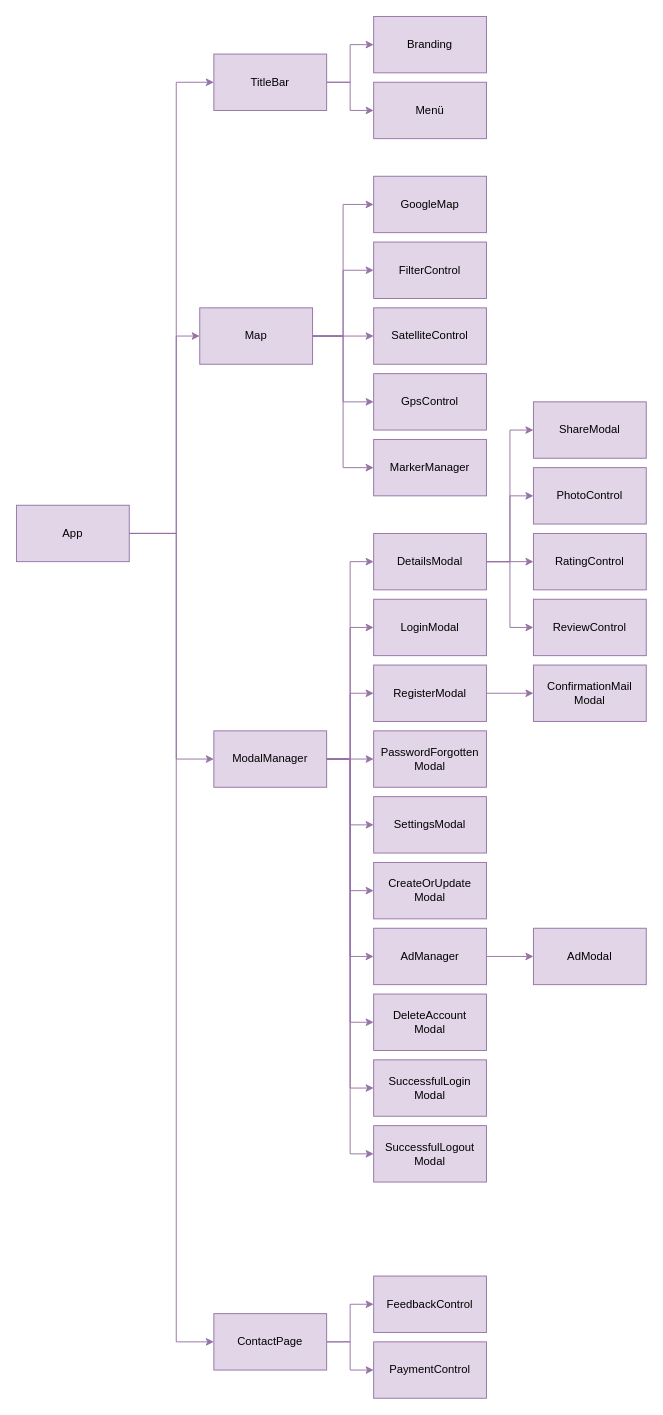
This is page "front-end" (6 of 6) of _images/architecture.drawio from gartenkralle/geolocation-services-doc, a draw.io file, before an edit. Source tidied: cells renumbered, new cells numbered last; positions are measured from the earlier drawing's top-left corner, leaving out a move shared by most shapes. Both pictures are drawn from the tidied source at 94%, with x=0, y=0 at pixel (16, 16).
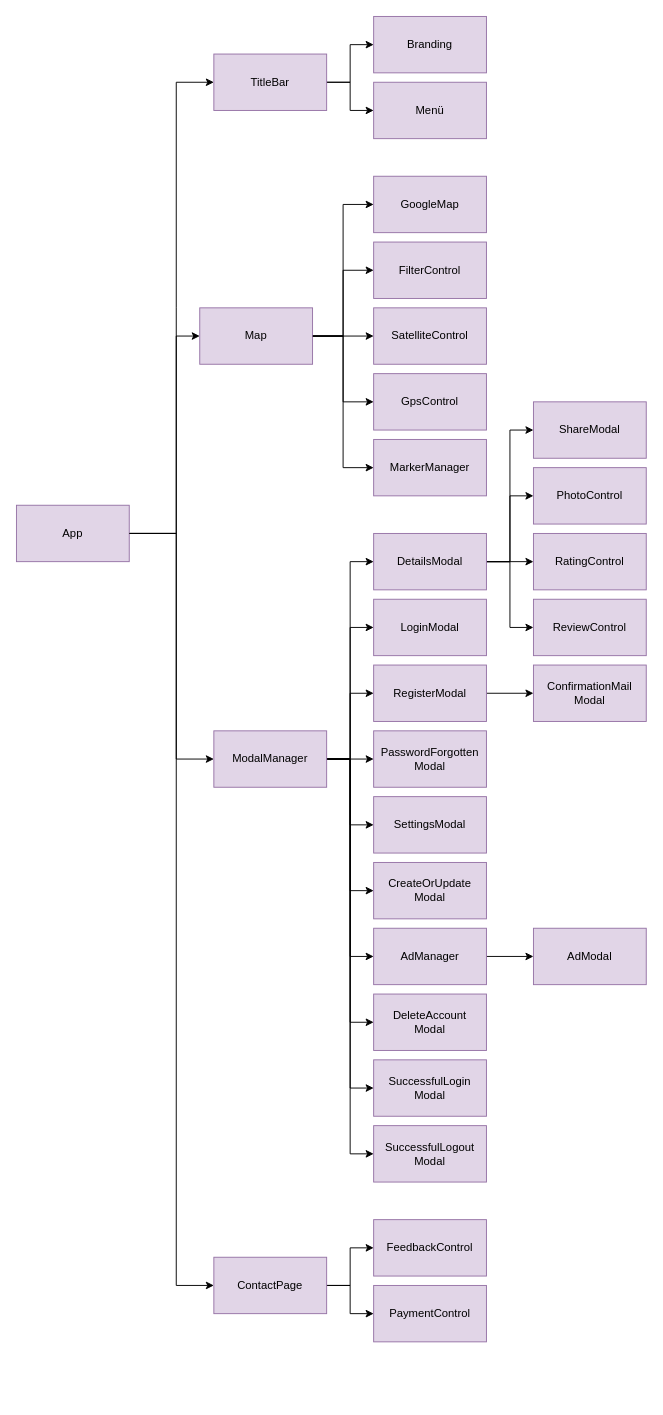
The same diagram, later.

Commit message (it also covers changes not shown here):
update front end diagram

Unchanged cells that the change refers to:
```xml
<mxCell id="5" value="App" style="rounded=0;whiteSpace=wrap;html=1;fillColor=#e1d5e7;strokeColor=#9673a6;" parent="1" vertex="1">
<mxCell id="6" value="Menü" style="rounded=0;whiteSpace=wrap;html=1;fillColor=#e1d5e7;strokeColor=#9673a6;" parent="1" vertex="1">
<mxCell id="11" value="Map" style="rounded=0;whiteSpace=wrap;html=1;fillColor=#e1d5e7;strokeColor=#9673a6;" parent="1" vertex="1">
<mxCell id="22" value="ModalManager" style="rounded=0;whiteSpace=wrap;html=1;fillColor=#e1d5e7;strokeColor=#9673a6;" parent="1" vertex="1">
<mxCell id="23" value="LoginModal" style="rounded=0;whiteSpace=wrap;html=1;fillColor=#e1d5e7;strokeColor=#9673a6;" parent="1" vertex="1">
<mxCell id="25" value="RegisterModal" style="rounded=0;whiteSpace=wrap;html=1;fillColor=#e1d5e7;strokeColor=#9673a6;" parent="1" vertex="1">
<mxCell id="26" value="PasswordForgotten&lt;div&gt;Modal&lt;/div&gt;" style="rounded=0;whiteSpace=wrap;html=1;fillColor=#e1d5e7;strokeColor=#9673a6;" parent="1" vertex="1">
<mxCell id="27" value="GoogleMap" style="rounded=0;whiteSpace=wrap;html=1;fillColor=#e1d5e7;strokeColor=#9673a6;" parent="1" vertex="1">
<mxCell id="28" value="FilterControl" style="rounded=0;whiteSpace=wrap;html=1;fillColor=#e1d5e7;strokeColor=#9673a6;" parent="1" vertex="1">
<mxCell id="29" value="SatelliteControl" style="rounded=0;whiteSpace=wrap;html=1;fillColor=#e1d5e7;strokeColor=#9673a6;" parent="1" vertex="1">
<mxCell id="30" value="GpsControl" style="rounded=0;whiteSpace=wrap;html=1;fillColor=#e1d5e7;strokeColor=#9673a6;" parent="1" vertex="1">
<mxCell id="31" value="SettingsModal" style="rounded=0;whiteSpace=wrap;html=1;fillColor=#e1d5e7;strokeColor=#9673a6;" parent="1" vertex="1">
<mxCell id="32" value="CreateOrUpdate&lt;div&gt;Modal&lt;/div&gt;" style="rounded=0;whiteSpace=wrap;html=1;fillColor=#e1d5e7;strokeColor=#9673a6;" parent="1" vertex="1">
<mxCell id="37" value="DetailsModal" style="rounded=0;whiteSpace=wrap;html=1;fillColor=#e1d5e7;strokeColor=#9673a6;" parent="1" vertex="1">
<mxCell id="40" value="TitleBar" style="rounded=0;whiteSpace=wrap;html=1;fillColor=#e1d5e7;strokeColor=#9673a6;" parent="1" vertex="1">
<mxCell id="41" value="Branding" style="rounded=0;whiteSpace=wrap;html=1;fillColor=#e1d5e7;strokeColor=#9673a6;" parent="1" vertex="1">
<mxCell id="44" value="AdModal" style="rounded=0;whiteSpace=wrap;html=1;fillColor=#e1d5e7;strokeColor=#9673a6;" parent="1" vertex="1">
<mxCell id="46" value="AdManager" style="rounded=0;whiteSpace=wrap;html=1;fillColor=#e1d5e7;strokeColor=#9673a6;" parent="1" vertex="1">
<mxCell id="52" value="MarkerManager" style="rounded=0;whiteSpace=wrap;html=1;fillColor=#e1d5e7;strokeColor=#9673a6;" parent="1" vertex="1">
<mxCell id="53" value="DeleteAccount&lt;div&gt;Modal&lt;/div&gt;" style="rounded=0;whiteSpace=wrap;html=1;fillColor=#e1d5e7;strokeColor=#9673a6;" parent="1" vertex="1">
<mxCell id="54" value="ShareModal" style="rounded=0;whiteSpace=wrap;html=1;flipV=1;fillColor=#e1d5e7;strokeColor=#9673a6;" parent="1" vertex="1">
<mxCell id="55" value="PhotoControl" style="rounded=0;whiteSpace=wrap;html=1;flipV=1;fillColor=#e1d5e7;strokeColor=#9673a6;" parent="1" vertex="1">
<mxCell id="56" value="ReviewControl" style="rounded=0;whiteSpace=wrap;html=1;flipV=1;fillColor=#e1d5e7;strokeColor=#9673a6;" parent="1" vertex="1">
<mxCell id="57" value="RatingControl" style="rounded=0;whiteSpace=wrap;html=1;flipV=1;fillColor=#e1d5e7;strokeColor=#9673a6;" parent="1" vertex="1">
<mxCell id="58" value="SuccessfulLogin&lt;div&gt;Modal&lt;/div&gt;" style="rounded=0;whiteSpace=wrap;html=1;fillColor=#e1d5e7;strokeColor=#9673a6;" parent="1" vertex="1">
<mxCell id="59" value="SuccessfulLogout&lt;div&gt;Modal&lt;/div&gt;" style="rounded=0;whiteSpace=wrap;html=1;fillColor=#e1d5e7;strokeColor=#9673a6;" parent="1" vertex="1">
<mxCell id="60" value="ConfirmationMail&lt;div&gt;Modal&lt;/div&gt;" style="rounded=0;whiteSpace=wrap;html=1;fillColor=#e1d5e7;strokeColor=#9673a6;" parent="1" vertex="1">
```

What changed in the source:
```diff
@@
-    <mxCell id="2" style="edgeStyle=orthogonalEdgeStyle;rounded=0;jettySize=auto;html=1;entryX=0;entryY=0.5;entryDx=0;entryDy=0;fillColor=#e1d5e7;strokeColor=#9673a6;" parent="1" edge="1" source="5" target="11">
+    <mxCell id="2" style="edgeStyle=orthogonalEdgeStyle;rounded=0;jettySize=auto;html=1;entryX=0;entryY=0.5;entryDx=0;entryDy=0;" parent="1" edge="1" source="5" target="11">
       <mxGeometry relative="1" as="geometry">
         <Array as="points">
           <mxPoint x="170" y="550" />
           <mxPoint x="170" y="340" />
         </Array>
       </mxGeometry>
     </mxCell>
-    <mxCell id="3" style="edgeStyle=orthogonalEdgeStyle;rounded=0;jettySize=auto;html=1;entryX=0;entryY=0.5;entryDx=0;entryDy=0;fillColor=#e1d5e7;strokeColor=#9673a6;" parent="1" edge="1" source="5" target="22">
+    <mxCell id="3" style="edgeStyle=orthogonalEdgeStyle;rounded=0;jettySize=auto;html=1;entryX=0;entryY=0.5;entryDx=0;entryDy=0;" parent="1" edge="1" source="5" target="22">
       <mxGeometry relative="1" as="geometry">
         <Array as="points">
           <mxPoint x="170" y="550" />
           <mxPoint x="170" y="790" />
         </Array>
       </mxGeometry>
     </mxCell>
-    <mxCell id="4" style="edgeStyle=orthogonalEdgeStyle;rounded=0;jettySize=auto;html=1;entryX=0;entryY=0.5;entryDx=0;entryDy=0;fillColor=#e1d5e7;strokeColor=#9673a6;" parent="1" edge="1" source="5" target="49">
+    <mxCell id="4" style="edgeStyle=orthogonalEdgeStyle;rounded=0;jettySize=auto;html=1;entryX=0;entryY=0.5;entryDx=0;entryDy=0;" parent="1" edge="1" source="5" target="49">
       <mxGeometry relative="1" as="geometry">
         <Array as="points">
           <mxPoint x="170" y="550" />
-          <mxPoint x="170" y="1410" />
+          <mxPoint x="170" y="1350" />
         </Array>
       </mxGeometry>
     </mxCell>
@@
-    <mxCell id="7" style="edgeStyle=orthogonalEdgeStyle;rounded=0;jettySize=auto;html=1;entryX=0;entryY=0.5;entryDx=0;entryDy=0;fillColor=#e1d5e7;strokeColor=#9673a6;" parent="1" edge="1" source="11" target="27">
+    <mxCell id="7" style="edgeStyle=orthogonalEdgeStyle;rounded=0;jettySize=auto;html=1;entryX=0;entryY=0.5;entryDx=0;entryDy=0;" parent="1" edge="1" source="11" target="27">
       <mxGeometry relative="1" as="geometry" />
     </mxCell>
-    <mxCell id="8" style="edgeStyle=orthogonalEdgeStyle;rounded=0;jettySize=auto;html=1;entryX=0;entryY=0.5;entryDx=0;entryDy=0;fillColor=#e1d5e7;strokeColor=#9673a6;" parent="1" edge="1" source="11" target="29">
+    <mxCell id="8" style="edgeStyle=orthogonalEdgeStyle;rounded=0;jettySize=auto;html=1;entryX=0;entryY=0.5;entryDx=0;entryDy=0;" parent="1" edge="1" source="11" target="29">
       <mxGeometry relative="1" as="geometry" />
     </mxCell>
-    <mxCell id="9" style="edgeStyle=orthogonalEdgeStyle;rounded=0;jettySize=auto;html=1;entryX=0;entryY=0.5;entryDx=0;entryDy=0;fillColor=#e1d5e7;strokeColor=#9673a6;" parent="1" edge="1" source="11" target="30">
+    <mxCell id="9" style="edgeStyle=orthogonalEdgeStyle;rounded=0;jettySize=auto;html=1;entryX=0;entryY=0.5;entryDx=0;entryDy=0;" parent="1" edge="1" source="11" target="30">
       <mxGeometry relative="1" as="geometry" />
     </mxCell>
-    <mxCell id="10" style="edgeStyle=orthogonalEdgeStyle;rounded=0;jettySize=auto;html=1;entryX=0;entryY=0.5;entryDx=0;entryDy=0;fillColor=#e1d5e7;strokeColor=#9673a6;" parent="1" edge="1" source="11" target="52">
+    <mxCell id="10" style="edgeStyle=orthogonalEdgeStyle;rounded=0;jettySize=auto;html=1;entryX=0;entryY=0.5;entryDx=0;entryDy=0;" parent="1" edge="1" source="11" target="52">
       <mxGeometry relative="1" as="geometry" />
     </mxCell>
@@
-    <mxCell id="12" style="edgeStyle=orthogonalEdgeStyle;rounded=0;jettySize=auto;html=1;entryX=0;entryY=0.5;entryDx=0;entryDy=0;fillColor=#e1d5e7;strokeColor=#9673a6;" parent="1" edge="1" source="22" target="37">
+    <mxCell id="12" style="edgeStyle=orthogonalEdgeStyle;rounded=0;jettySize=auto;html=1;entryX=0;entryY=0.5;entryDx=0;entryDy=0;" parent="1" edge="1" source="22" target="37">
       <mxGeometry relative="1" as="geometry" />
     </mxCell>
-    <mxCell id="13" style="edgeStyle=orthogonalEdgeStyle;rounded=0;jettySize=auto;html=1;entryX=0;entryY=0.5;entryDx=0;entryDy=0;fillColor=#e1d5e7;strokeColor=#9673a6;" parent="1" edge="1" source="22" target="23">
+    <mxCell id="13" style="edgeStyle=orthogonalEdgeStyle;rounded=0;jettySize=auto;html=1;entryX=0;entryY=0.5;entryDx=0;entryDy=0;" parent="1" edge="1" source="22" target="23">
       <mxGeometry relative="1" as="geometry" />
     </mxCell>
-    <mxCell id="14" style="edgeStyle=orthogonalEdgeStyle;rounded=0;jettySize=auto;html=1;entryX=0;entryY=0.5;entryDx=0;entryDy=0;fillColor=#e1d5e7;strokeColor=#9673a6;" parent="1" edge="1" source="22" target="25">
+    <mxCell id="14" style="edgeStyle=orthogonalEdgeStyle;rounded=0;jettySize=auto;html=1;entryX=0;entryY=0.5;entryDx=0;entryDy=0;" parent="1" edge="1" source="22" target="25">
       <mxGeometry relative="1" as="geometry" />
     </mxCell>
-    <mxCell id="15" style="edgeStyle=orthogonalEdgeStyle;rounded=0;jettySize=auto;html=1;entryX=0;entryY=0.5;entryDx=0;entryDy=0;fillColor=#e1d5e7;strokeColor=#9673a6;" parent="1" edge="1" source="22" target="26">
+    <mxCell id="15" style="edgeStyle=orthogonalEdgeStyle;rounded=0;jettySize=auto;html=1;entryX=0;entryY=0.5;entryDx=0;entryDy=0;" parent="1" edge="1" source="22" target="26">
       <mxGeometry relative="1" as="geometry" />
     </mxCell>
-    <mxCell id="16" style="edgeStyle=orthogonalEdgeStyle;rounded=0;jettySize=auto;html=1;entryX=0;entryY=0.5;entryDx=0;entryDy=0;fillColor=#e1d5e7;strokeColor=#9673a6;" parent="1" edge="1" source="22" target="31">
+    <mxCell id="16" style="edgeStyle=orthogonalEdgeStyle;rounded=0;jettySize=auto;html=1;entryX=0;entryY=0.5;entryDx=0;entryDy=0;" parent="1" edge="1" source="22" target="31">
       <mxGeometry relative="1" as="geometry" />
     </mxCell>
-    <mxCell id="17" style="edgeStyle=orthogonalEdgeStyle;rounded=0;jettySize=auto;html=1;entryX=0;entryY=0.5;entryDx=0;entryDy=0;fillColor=#e1d5e7;strokeColor=#9673a6;" parent="1" edge="1" source="22" target="32">
+    <mxCell id="17" style="edgeStyle=orthogonalEdgeStyle;rounded=0;jettySize=auto;html=1;entryX=0;entryY=0.5;entryDx=0;entryDy=0;" parent="1" edge="1" source="22" target="32">
       <mxGeometry relative="1" as="geometry" />
     </mxCell>
-    <mxCell id="18" style="edgeStyle=orthogonalEdgeStyle;rounded=0;jettySize=auto;html=1;entryX=0;entryY=0.5;entryDx=0;entryDy=0;fillColor=#e1d5e7;strokeColor=#9673a6;" parent="1" edge="1" source="22" target="46">
+    <mxCell id="18" style="edgeStyle=orthogonalEdgeStyle;rounded=0;jettySize=auto;html=1;entryX=0;entryY=0.5;entryDx=0;entryDy=0;" parent="1" edge="1" source="22" target="46">
       <mxGeometry relative="1" as="geometry" />
     </mxCell>
-    <mxCell id="19" style="edgeStyle=orthogonalEdgeStyle;rounded=0;jettySize=auto;html=1;entryX=0;entryY=0.5;entryDx=0;entryDy=0;fillColor=#e1d5e7;strokeColor=#9673a6;" parent="1" edge="1" source="22" target="53">
+    <mxCell id="19" style="edgeStyle=orthogonalEdgeStyle;rounded=0;jettySize=auto;html=1;entryX=0;entryY=0.5;entryDx=0;entryDy=0;" parent="1" edge="1" source="22" target="53">
       <mxGeometry relative="1" as="geometry" />
     </mxCell>
-    <mxCell id="20" style="edgeStyle=orthogonalEdgeStyle;rounded=0;jettySize=auto;html=1;entryX=0;entryY=0.5;entryDx=0;entryDy=0;fillColor=#e1d5e7;strokeColor=#9673a6;" parent="1" edge="1" source="22" target="58">
+    <mxCell id="20" style="edgeStyle=orthogonalEdgeStyle;rounded=0;jettySize=auto;html=1;entryX=0;entryY=0.5;entryDx=0;entryDy=0;" parent="1" edge="1" source="22" target="58">
       <mxGeometry relative="1" as="geometry" />
     </mxCell>
-    <mxCell id="21" style="edgeStyle=orthogonalEdgeStyle;rounded=0;jettySize=auto;html=1;entryX=0;entryY=0.5;entryDx=0;entryDy=0;fillColor=#e1d5e7;strokeColor=#9673a6;" parent="1" edge="1" source="22" target="59">
+    <mxCell id="21" style="edgeStyle=orthogonalEdgeStyle;rounded=0;jettySize=auto;html=1;entryX=0;entryY=0.5;entryDx=0;entryDy=0;" parent="1" edge="1" source="22" target="59">
       <mxGeometry relative="1" as="geometry" />
     </mxCell>
@@
-    <mxCell id="24" style="edgeStyle=orthogonalEdgeStyle;rounded=0;jettySize=auto;html=1;entryX=0;entryY=0.5;entryDx=0;entryDy=0;fillColor=#e1d5e7;strokeColor=#9673a6;" parent="1" edge="1" source="25" target="60">
+    <mxCell id="24" style="edgeStyle=orthogonalEdgeStyle;rounded=0;jettySize=auto;html=1;entryX=0;entryY=0.5;entryDx=0;entryDy=0;" parent="1" edge="1" source="25" target="60">
       <mxGeometry relative="1" as="geometry" />
     </mxCell>
@@
-    <mxCell id="33" style="edgeStyle=orthogonalEdgeStyle;rounded=0;jettySize=auto;html=1;entryX=0;entryY=0.5;entryDx=0;entryDy=0;fillColor=#e1d5e7;strokeColor=#9673a6;" parent="1" edge="1" source="37" target="54">
+    <mxCell id="33" style="edgeStyle=orthogonalEdgeStyle;rounded=0;jettySize=auto;html=1;entryX=0;entryY=0.5;entryDx=0;entryDy=0;" parent="1" edge="1" source="37" target="54">
       <mxGeometry relative="1" as="geometry" />
     </mxCell>
-    <mxCell id="34" style="edgeStyle=orthogonalEdgeStyle;rounded=0;jettySize=auto;html=1;entryX=0;entryY=0.5;entryDx=0;entryDy=0;fillColor=#e1d5e7;strokeColor=#9673a6;" parent="1" edge="1" source="37" target="55">
+    <mxCell id="34" style="edgeStyle=orthogonalEdgeStyle;rounded=0;jettySize=auto;html=1;entryX=0;entryY=0.5;entryDx=0;entryDy=0;" parent="1" edge="1" source="37" target="55">
       <mxGeometry relative="1" as="geometry" />
     </mxCell>
-    <mxCell id="35" style="edgeStyle=orthogonalEdgeStyle;rounded=0;jettySize=auto;html=1;entryX=0;entryY=0.5;entryDx=0;entryDy=0;fillColor=#e1d5e7;strokeColor=#9673a6;" parent="1" edge="1" source="37" target="56">
+    <mxCell id="35" style="edgeStyle=orthogonalEdgeStyle;rounded=0;jettySize=auto;html=1;entryX=0;entryY=0.5;entryDx=0;entryDy=0;" parent="1" edge="1" source="37" target="56">
       <mxGeometry relative="1" as="geometry" />
     </mxCell>
-    <mxCell id="36" style="edgeStyle=orthogonalEdgeStyle;rounded=0;jettySize=auto;html=1;entryX=0;entryY=0.5;entryDx=0;entryDy=0;fillColor=#e1d5e7;strokeColor=#9673a6;" parent="1" edge="1" source="37" target="57">
+    <mxCell id="36" style="edgeStyle=orthogonalEdgeStyle;rounded=0;jettySize=auto;html=1;entryX=0;entryY=0.5;entryDx=0;entryDy=0;" parent="1" edge="1" source="37" target="57">
       <mxGeometry relative="1" as="geometry" />
     </mxCell>
@@
-    <mxCell id="38" style="edgeStyle=orthogonalEdgeStyle;rounded=0;jettySize=auto;html=1;entryX=0;entryY=0.5;entryDx=0;entryDy=0;fillColor=#e1d5e7;strokeColor=#9673a6;" parent="1" edge="1" source="40" target="41">
+    <mxCell id="38" style="edgeStyle=orthogonalEdgeStyle;rounded=0;jettySize=auto;html=1;entryX=0;entryY=0.5;entryDx=0;entryDy=0;" parent="1" edge="1" source="40" target="41">
       <mxGeometry relative="1" as="geometry" />
     </mxCell>
-    <mxCell id="39" style="edgeStyle=orthogonalEdgeStyle;rounded=0;jettySize=auto;html=1;entryX=0;entryY=0.5;entryDx=0;entryDy=0;fillColor=#e1d5e7;strokeColor=#9673a6;" parent="1" edge="1" source="40" target="6">
+    <mxCell id="39" style="edgeStyle=orthogonalEdgeStyle;rounded=0;jettySize=auto;html=1;entryX=0;entryY=0.5;entryDx=0;entryDy=0;" parent="1" edge="1" source="40" target="6">
       <mxGeometry relative="1" as="geometry" />
     </mxCell>
@@
-    <mxCell id="42" style="endArrow=classic;html=1;rounded=0;exitX=1;exitY=0.5;exitDx=0;exitDy=0;entryX=0;entryY=0.5;entryDx=0;entryDy=0;fillColor=#e1d5e7;strokeColor=#9673a6;" parent="1" edge="1" source="5" target="40">
+    <mxCell id="42" style="endArrow=classic;html=1;rounded=0;exitX=1;exitY=0.5;exitDx=0;exitDy=0;entryX=0;entryY=0.5;entryDx=0;entryDy=0;" parent="1" edge="1" source="5" target="40">
       <mxGeometry relative="1" as="geometry">
         <Array as="points">
           <mxPoint x="170" y="550" />
           <mxPoint x="170" y="310" />
           <mxPoint x="170" y="70" />
         </Array>
       </mxGeometry>
     </mxCell>
-    <mxCell id="43" style="edgeStyle=orthogonalEdgeStyle;rounded=0;jettySize=auto;html=1;entryX=0;entryY=0.5;entryDx=0;entryDy=0;fillColor=#e1d5e7;strokeColor=#9673a6;" parent="1" edge="1" source="11" target="28">
+    <mxCell id="43" style="edgeStyle=orthogonalEdgeStyle;rounded=0;jettySize=auto;html=1;entryX=0;entryY=0.5;entryDx=0;entryDy=0;" parent="1" edge="1" source="11" target="28">
       <mxGeometry relative="1" as="geometry" />
     </mxCell>
@@
-    <mxCell id="45" style="edgeStyle=orthogonalEdgeStyle;rounded=0;jettySize=auto;html=1;entryX=0;entryY=0.5;entryDx=0;entryDy=0;fillColor=#e1d5e7;strokeColor=#9673a6;" parent="1" edge="1" source="46" target="44">
+    <mxCell id="45" style="edgeStyle=orthogonalEdgeStyle;rounded=0;jettySize=auto;html=1;entryX=0;entryY=0.5;entryDx=0;entryDy=0;" parent="1" edge="1" source="46" target="44">
       <mxGeometry relative="1" as="geometry" />
     </mxCell>
@@
-    <mxCell id="47" style="edgeStyle=orthogonalEdgeStyle;rounded=0;jettySize=auto;html=1;entryX=0;entryY=0.5;entryDx=0;entryDy=0;fillColor=#e1d5e7;strokeColor=#9673a6;" parent="1" edge="1" source="49" target="50">
+    <mxCell id="47" style="edgeStyle=orthogonalEdgeStyle;rounded=0;jettySize=auto;html=1;entryX=0;entryY=0.5;entryDx=0;entryDy=0;" parent="1" edge="1" source="49" target="50">
       <mxGeometry relative="1" as="geometry" />
     </mxCell>
-    <mxCell id="48" style="edgeStyle=orthogonalEdgeStyle;rounded=0;jettySize=auto;html=1;entryX=0;entryY=0.5;entryDx=0;entryDy=0;fillColor=#e1d5e7;strokeColor=#9673a6;" parent="1" edge="1" source="49" target="51">
+    <mxCell id="48" style="edgeStyle=orthogonalEdgeStyle;rounded=0;jettySize=auto;html=1;entryX=0;entryY=0.5;entryDx=0;entryDy=0;" parent="1" edge="1" source="49" target="51">
       <mxGeometry relative="1" as="geometry" />
     </mxCell>
     <mxCell id="49" value="ContactPage" style="rounded=0;whiteSpace=wrap;html=1;fillColor=#e1d5e7;strokeColor=#9673a6;" parent="1" vertex="1">
-      <mxGeometry x="210" y="1380" width="120" height="60" as="geometry" />
+      <mxGeometry x="210" y="1320" width="120" height="60" as="geometry" />
     </mxCell>
     <mxCell id="50" value="FeedbackControl" style="rounded=0;whiteSpace=wrap;html=1;fillColor=#e1d5e7;strokeColor=#9673a6;" parent="1" vertex="1">
-      <mxGeometry x="380" y="1340" width="120" height="60" as="geometry" />
+      <mxGeometry x="380" y="1280" width="120" height="60" as="geometry" />
     </mxCell>
     <mxCell id="51" value="PaymentControl" style="rounded=0;whiteSpace=wrap;html=1;fillColor=#e1d5e7;strokeColor=#9673a6;" parent="1" vertex="1">
-      <mxGeometry x="380" y="1410" width="120" height="60" as="geometry" />
+      <mxGeometry x="380" y="1350" width="120" height="60" as="geometry" />
     </mxCell>
```
